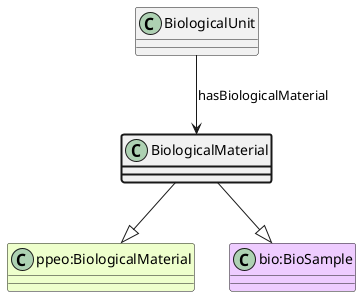
Before: ttl_uml/ttl_appn_BiologicalMaterial.png, a diagram exported from PlantUML (aus-plant-phenomics-network/appn-schema). Source of this version:
```plantuml
@startuml
class BiologicalMaterial  #line.bold
class "ppeo:BiologicalMaterial" #EEFFCC
BiologicalMaterial --|> "ppeo:BiologicalMaterial"
class "bio:BioSample" #EECCFF
BiologicalMaterial --|> "bio:BioSample"
class BiologicalUnit
BiologicalUnit --> BiologicalMaterial : hasBiologicalMaterial
@enduml
```
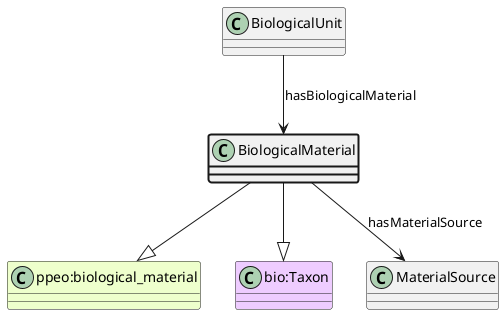
The same file after the commit.

Diff of the diagram source:
```diff
@@ -1,9 +1,11 @@
 @startuml
 class BiologicalMaterial  #line.bold
-class "ppeo:BiologicalMaterial" #EEFFCC
-BiologicalMaterial --|> "ppeo:BiologicalMaterial"
-class "bio:BioSample" #EECCFF
-BiologicalMaterial --|> "bio:BioSample"
+class "ppeo:biological_material" #EEFFCC
+BiologicalMaterial --|> "ppeo:biological_material"
+class "bio:Taxon" #EECCFF
+BiologicalMaterial --|> "bio:Taxon"
 class BiologicalUnit
 BiologicalUnit --> BiologicalMaterial : hasBiologicalMaterial
+class MaterialSource
+BiologicalMaterial --> MaterialSource : hasMaterialSource
 @enduml
```
